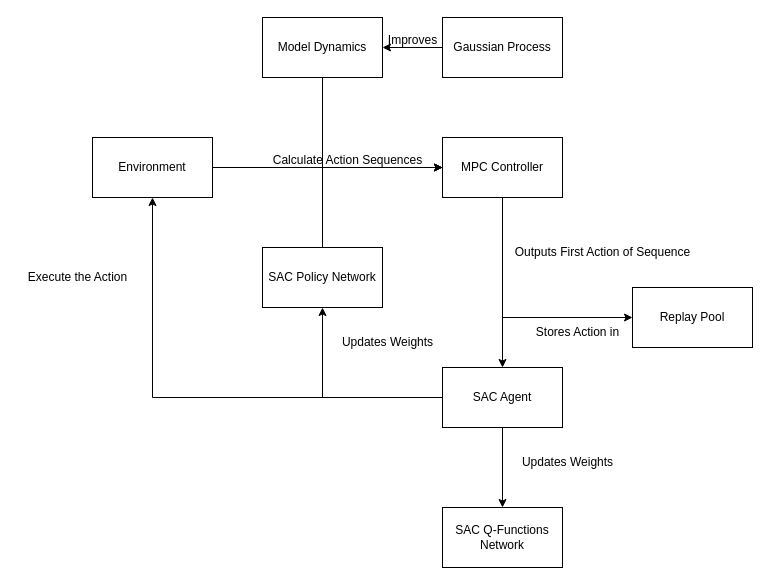
Earlier version of the draw.io diagram proposal.drawio (soykrom/Thesis-Project). Source tidied: cells renumbered, new cells numbered last; positions are measured from the earlier drawing's top-left corner, leaving out a move shared by most shapes. Both pictures are drawn from the tidied source at 100%, with x=0, y=0 at pixel (17, 17).
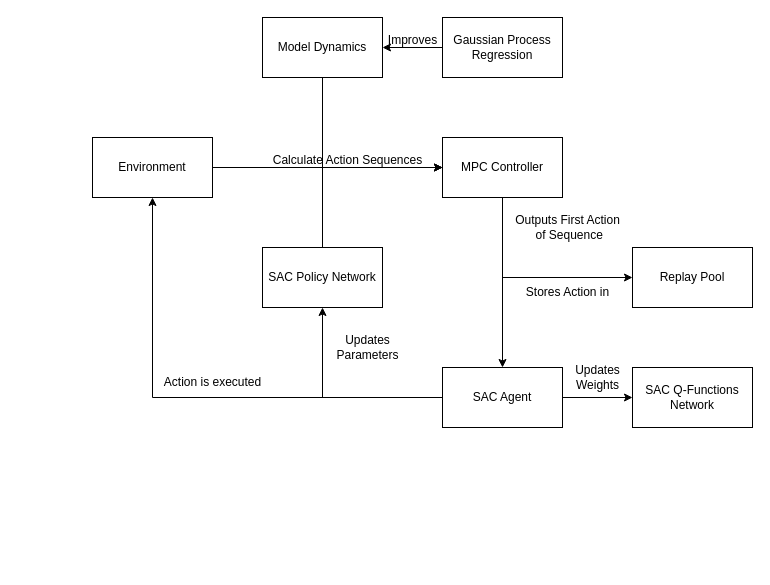
After the change.

The change refers to these unchanged cells:
```xml
<mxCell id="6" value="MPC Controller" style="rounded=0;whiteSpace=wrap;html=1;" parent="1" vertex="1">
  <mxGeometry x="425" y="120" width="120" height="60" as="geometry" />
</mxCell>
```

Change to the diagram source:
```diff
@@
     <mxCell id="5" style="edgeStyle=orthogonalEdgeStyle;rounded=0;jettySize=auto;html=1;entryX=0;entryY=0.5;entryDx=0;entryDy=0;" parent="1" edge="1" source="6" target="20">
       <mxGeometry relative="1" as="geometry">
         <Array as="points">
-          <mxPoint x="485" y="300" />
+          <mxPoint x="485" y="260" />
         </Array>
       </mxGeometry>
     </mxCell>
@@
-    <mxCell id="11" value="Outputs First Action of Sequence&lt;br&gt;" style="text;html=1;align=center;verticalAlign=middle;strokeColor=none;fillColor=none;" parent="1" vertex="1">
-      <mxGeometry x="485" y="220" width="200" height="30" as="geometry" />
+    <mxCell id="11" value="Outputs First Action&lt;br&gt;&amp;nbsp;of Sequence" style="text;html=1;align=center;verticalAlign=middle;strokeColor=none;fillColor=none;" parent="1" vertex="1">
+      <mxGeometry x="485" y="190" width="130" height="40" as="geometry" />
     </mxCell>
@@
-    <mxCell id="16" value="Execute the Action" style="text;html=1;align=center;verticalAlign=middle;strokeColor=none;fillColor=none;" parent="1" vertex="1">
-      <mxGeometry y="245" width="120" height="30" as="geometry" />
+    <mxCell id="16" value="Action is executed" style="text;html=1;align=center;verticalAlign=middle;strokeColor=none;fillColor=none;" parent="1" vertex="1">
+      <mxGeometry x="135" y="350" width="120" height="30" as="geometry" />
     </mxCell>
-    <mxCell id="17" value="Updates Weights" style="text;html=1;align=center;verticalAlign=middle;strokeColor=none;fillColor=none;" parent="1" vertex="1">
-      <mxGeometry x="315" y="310" width="110" height="30" as="geometry" />
+    <mxCell id="17" value="Updates &lt;br&gt;Parameters" style="text;html=1;align=center;verticalAlign=middle;strokeColor=none;fillColor=none;" parent="1" vertex="1">
+      <mxGeometry x="305" y="310" width="90" height="40" as="geometry" />
     </mxCell>
     <mxCell id="18" value="SAC Q-Functions Network" style="rounded=0;whiteSpace=wrap;html=1;" parent="1" vertex="1">
-      <mxGeometry x="425" y="490" width="120" height="60" as="geometry" />
+      <mxGeometry x="615" y="350" width="120" height="60" as="geometry" />
     </mxCell>
-    <mxCell id="19" value="Updates Weights" style="text;html=1;align=center;verticalAlign=middle;strokeColor=none;fillColor=none;" parent="1" vertex="1">
-      <mxGeometry x="495" y="430" width="110" height="30" as="geometry" />
+    <mxCell id="19" value="Updates &lt;br&gt;Weights" style="text;html=1;align=center;verticalAlign=middle;strokeColor=none;fillColor=none;" parent="1" vertex="1">
+      <mxGeometry x="545" y="340" width="70" height="40" as="geometry" />
     </mxCell>
     <mxCell id="20" value="Replay Pool" style="whiteSpace=wrap;html=1;" parent="1" vertex="1">
-      <mxGeometry x="615" y="270" width="120" height="60" as="geometry" />
+      <mxGeometry x="615" y="230" width="120" height="60" as="geometry" />
     </mxCell>
     <mxCell id="21" value="Stores Action in" style="text;html=1;align=center;verticalAlign=middle;strokeColor=none;fillColor=none;" parent="1" vertex="1">
-      <mxGeometry x="505" y="300" width="110" height="30" as="geometry" />
+      <mxGeometry x="495" y="260" width="110" height="30" as="geometry" />
     </mxCell>
@@
-    <mxCell id="23" value="Gaussian Process" style="rounded=0;whiteSpace=wrap;html=1;" parent="1" vertex="1">
+    <mxCell id="23" value="Gaussian Process Regression" style="rounded=0;whiteSpace=wrap;html=1;" parent="1" vertex="1">
       <mxGeometry x="425" width="120" height="60" as="geometry" />
     </mxCell>
```
